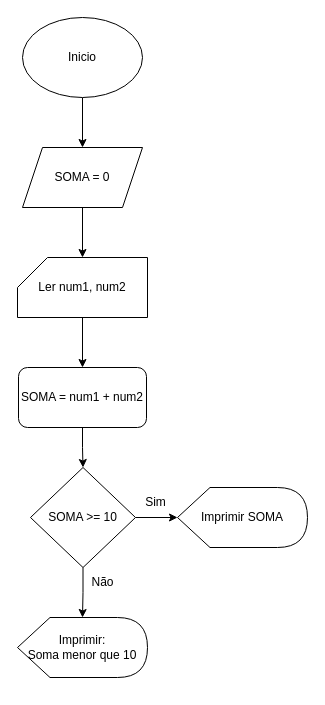
LuizHelio-Fim/Fluxogramas keeps this draw.io diagram as Seventh Diagram.drawio. Above is the earlier version. Source tidied: cells renumbered, new cells numbered last; positions are measured from the earlier drawing's top-left corner, leaving out a move shared by most shapes. Both pictures are drawn from the tidied source at 100%, with x=0, y=0 at pixel (17, 17).
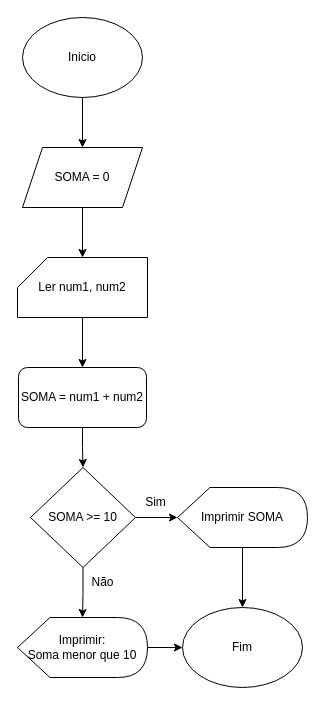
The same page after the edit.

What changed in the source:
```diff
@@
 <mxGraphModel>
   <root>
     <mxCell id="0" />
     <mxCell id="1" parent="0" />
     <mxCell id="2" style="edgeStyle=orthogonalEdgeStyle;rounded=0;jettySize=auto;html=1;" parent="1" edge="1" source="3" target="5">
       <mxGeometry relative="1" as="geometry" />
     </mxCell>
     <mxCell id="3" value="Inicio" style="ellipse;whiteSpace=wrap;html=1;" parent="1" vertex="1">
       <mxGeometry x="5" width="120" height="80" as="geometry" />
     </mxCell>
     <mxCell id="4" style="edgeStyle=orthogonalEdgeStyle;rounded=0;jettySize=auto;html=1;" parent="1" edge="1" source="5" target="7">
       <mxGeometry relative="1" as="geometry" />
     </mxCell>
     <mxCell id="5" value="SOMA = 0" style="shape=parallelogram;perimeter=parallelogramPerimeter;whiteSpace=wrap;html=1;fixedSize=1;" parent="1" vertex="1">
       <mxGeometry x="5" y="130" width="120" height="60" as="geometry" />
     </mxCell>
     <mxCell id="6" style="edgeStyle=orthogonalEdgeStyle;rounded=0;jettySize=auto;html=1;" parent="1" edge="1" source="7" target="9">
       <mxGeometry relative="1" as="geometry" />
     </mxCell>
     <mxCell id="7" value="Ler num1, num2" style="shape=card;whiteSpace=wrap;html=1;" parent="1" vertex="1">
       <mxGeometry y="240" width="130" height="60" as="geometry" />
     </mxCell>
     <mxCell id="8" style="edgeStyle=orthogonalEdgeStyle;rounded=0;jettySize=auto;html=1;" parent="1" edge="1" source="9" target="12">
       <mxGeometry relative="1" as="geometry" />
     </mxCell>
     <mxCell id="9" value="SOMA = num1 + num2" style="rounded=1;whiteSpace=wrap;html=1;" parent="1" vertex="1">
       <mxGeometry x="1" y="350" width="128" height="60" as="geometry" />
     </mxCell>
     <mxCell id="10" style="edgeStyle=orthogonalEdgeStyle;rounded=0;jettySize=auto;html=1;" parent="1" edge="1" source="12" target="14">
       <mxGeometry relative="1" as="geometry" />
     </mxCell>
     <mxCell id="11" style="edgeStyle=orthogonalEdgeStyle;rounded=0;jettySize=auto;html=1;" parent="1" edge="1" source="12" target="13">
       <mxGeometry relative="1" as="geometry" />
     </mxCell>
     <mxCell id="12" value="SOMA &amp;gt;= 10" style="rhombus;whiteSpace=wrap;html=1;" parent="1" vertex="1">
       <mxGeometry x="13" y="450" width="105" height="100" as="geometry" />
     </mxCell>
+    <mxCell id="17" style="edgeStyle=orthogonalEdgeStyle;rounded=0;jettySize=auto;html=1;" parent="1" edge="1" source="13" target="19">
+      <mxGeometry relative="1" as="geometry" />
+    </mxCell>
     <mxCell id="13" value="Imprimir SOMA" style="shape=display;whiteSpace=wrap;html=1;" parent="1" vertex="1">
       <mxGeometry x="160" y="470" width="130" height="60" as="geometry" />
     </mxCell>
+    <mxCell id="18" style="edgeStyle=orthogonalEdgeStyle;rounded=0;jettySize=auto;html=1;" parent="1" edge="1" source="14" target="19">
+      <mxGeometry relative="1" as="geometry" />
+    </mxCell>
     <mxCell id="14" value="Imprimir:&lt;div&gt;Soma menor que 10&lt;/div&gt;" style="shape=display;whiteSpace=wrap;html=1;" parent="1" vertex="1">
       <mxGeometry y="600" width="130" height="60" as="geometry" />
     </mxCell>
     <mxCell id="15" value="Sim" style="text;html=1;align=center;verticalAlign=middle;strokeColor=none;fillColor=none;" parent="1" vertex="1">
       <mxGeometry x="118" y="470" width="40" height="30" as="geometry" />
     </mxCell>
     <mxCell id="16" value="Não" style="text;html=1;align=center;verticalAlign=middle;strokeColor=none;fillColor=none;" parent="1" vertex="1">
       <mxGeometry x="60" y="550" width="50" height="30" as="geometry" />
     </mxCell>
+    <mxCell id="19" value="Fim" style="ellipse;whiteSpace=wrap;html=1;" parent="1" vertex="1">
+      <mxGeometry x="165" y="590" width="120" height="80" as="geometry" />
+    </mxCell>
   </root>
 </mxGraphModel>
```
